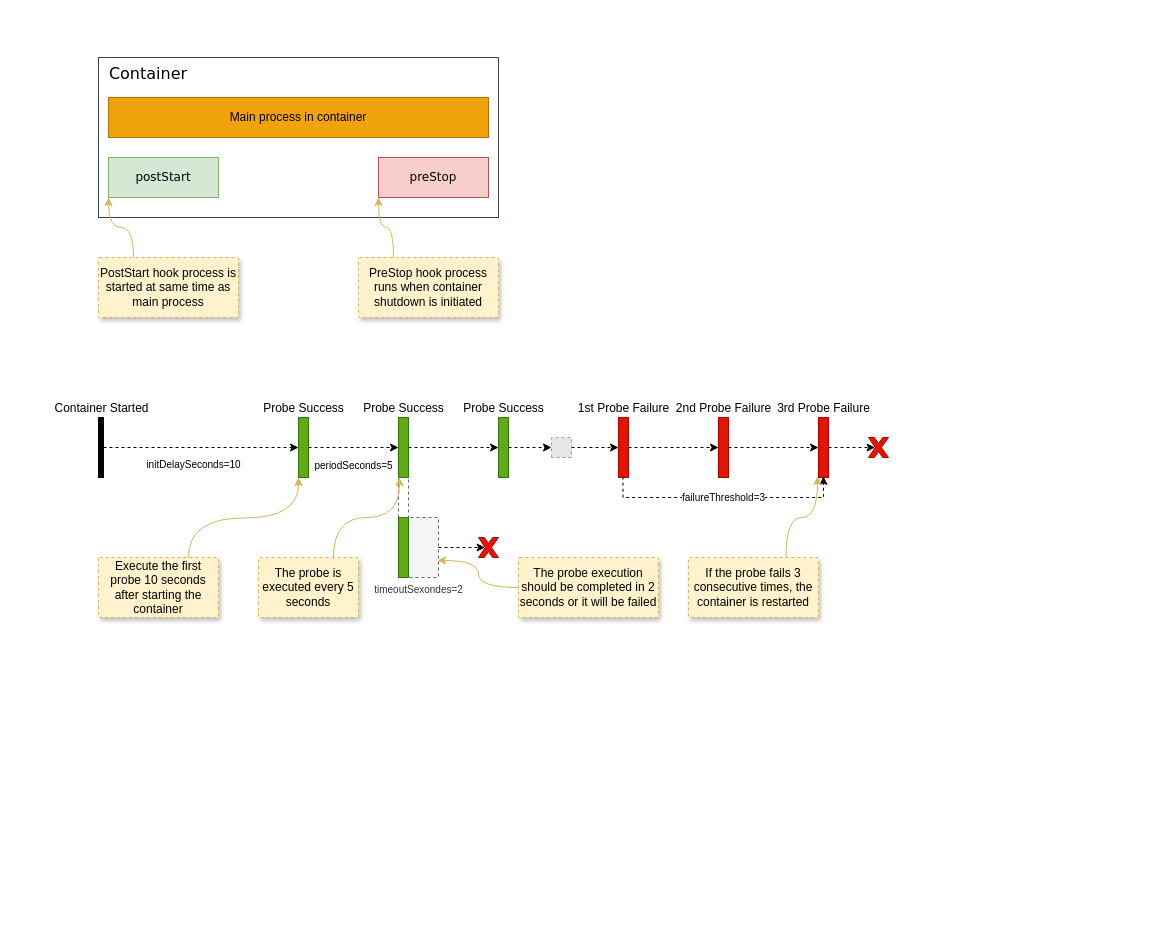
This is page "Container Lifecycle" (2 of 2) of st/k8s_common.drawio from gaivin/drawio, a draw.io file, before an edit. Source tidied: cells renumbered, new cells numbered last; positions are measured from the earlier drawing's top-left corner, leaving out a move shared by most shapes. Both pictures are drawn from the tidied source at 100%, with x=0, y=0 at pixel (98, 57). Pictures stored in the file or linked from it are replaced by grey dashed boxes.
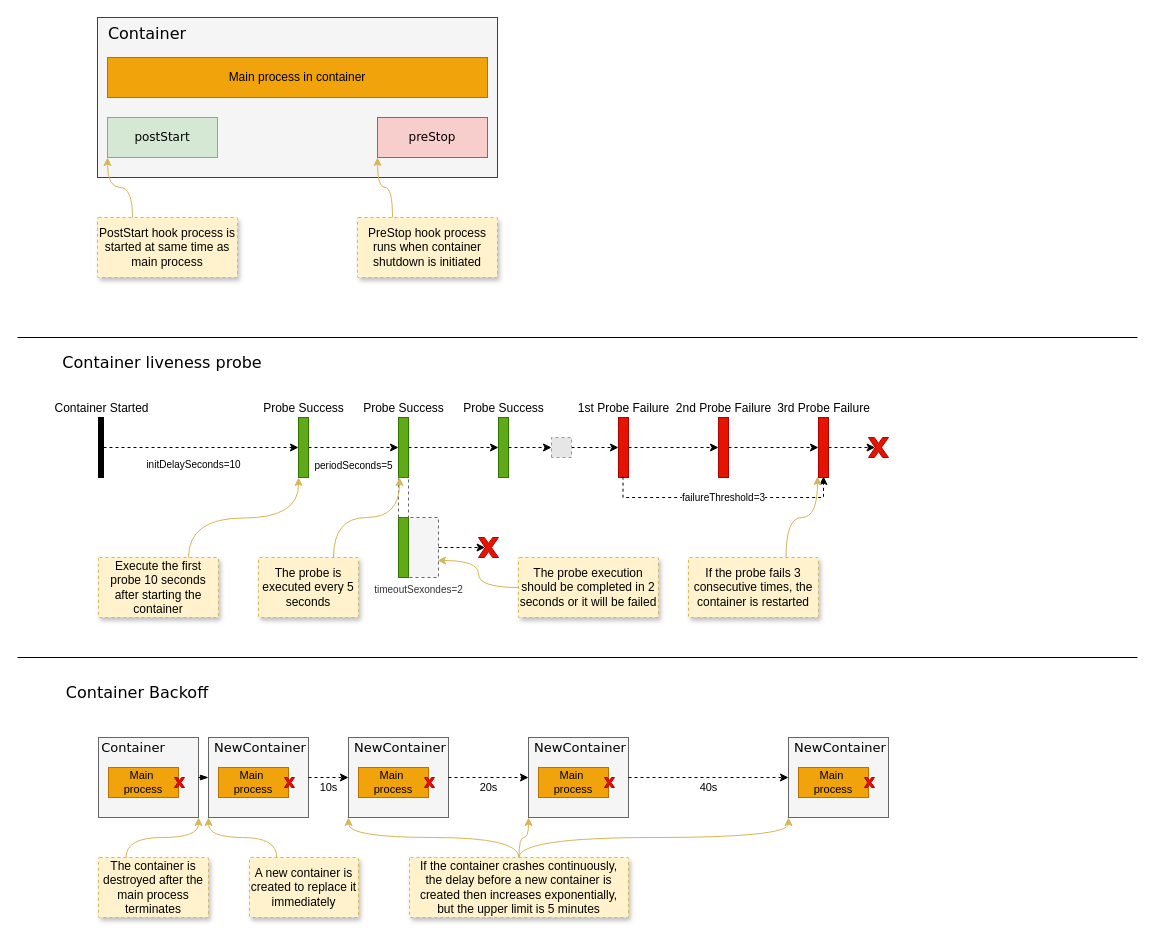
The same diagram, later.

Commit message:
Add container Backoff

Change to the diagram source:
```diff
@@
+    <mxCell id="44" style="group;fillColor=#f5f5f5;fontColor=#333333;strokeColor=#666666;" parent="1" vertex="1">
+      <mxGeometry x="-1" y="-40" width="400" height="160" as="geometry" />
+    </mxCell>
+    <mxCell id="3" style="rounded=0;whiteSpace=wrap;html=1;fillColor=none;fontSize=13;labelPosition=center;verticalLabelPosition=middle;align=center;verticalAlign=middle;fontColor=#ffffff;strokeColor=#314354;" parent="44" vertex="1">
+      <mxGeometry width="400" height="160" as="geometry" />
+    </mxCell>
+    <mxCell id="5" value="Container" style="text;html=1;align=center;verticalAlign=middle;whiteSpace=wrap;rounded=0;fontSize=16;fontFamily=Verdana;" parent="44" vertex="1">
+      <mxGeometry x="10" y="1" width="80" height="30" as="geometry" />
+    </mxCell>
@@
-    <mxCell id="3" style="rounded=0;whiteSpace=wrap;html=1;fillColor=none;fontSize=13;labelPosition=center;verticalLabelPosition=middle;align=center;verticalAlign=middle;fontColor=#ffffff;strokeColor=#314354;" parent="1" vertex="1">
-      <mxGeometry width="400" height="160" as="geometry" />
-    </mxCell>
     <mxCell id="4" value="Main process in container" style="rounded=0;whiteSpace=wrap;html=1;fillColor=#f0a30a;fontColor=#000000;strokeColor=#BD7000;" parent="1" vertex="1">
-      <mxGeometry x="10" y="40" width="380" height="40" as="geometry" />
+      <mxGeometry x="9" width="380" height="40" as="geometry" />
     </mxCell>
-    <mxCell id="5" value="Container" style="text;html=1;align=center;verticalAlign=middle;whiteSpace=wrap;rounded=0;fontSize=16;fontFamily=Verdana;" parent="1" vertex="1">
-      <mxGeometry x="10" y="1" width="80" height="30" as="geometry" />
-    </mxCell>
     <mxCell id="6" value="postStart" style="rounded=0;whiteSpace=wrap;html=1;fillColor=#d5e8d4;strokeColor=#82b366;fontFamily=Verdana;" parent="1" vertex="1">
-      <mxGeometry x="10" y="100" width="110" height="40" as="geometry" />
+      <mxGeometry x="9" y="60" width="110" height="40" as="geometry" />
     </mxCell>
     <mxCell id="7" value="preStop" style="rounded=0;whiteSpace=wrap;html=1;fillColor=#f8cecc;strokeColor=#b85450;fontFamily=Verdana;" parent="1" vertex="1">
-      <mxGeometry x="280" y="100" width="110" height="40" as="geometry" />
+      <mxGeometry x="279" y="60" width="110" height="40" as="geometry" />
     </mxCell>
@@
     <mxCell id="9" value="PostStart hook process is started at same time as main process" style="strokeColor=#d6b656;shadow=1;strokeWidth=1;rounded=1;absoluteArcSize=1;arcSize=2;fillColor=#fff2cc;dashed=1;whiteSpace=wrap;" parent="1" vertex="1">
-      <mxGeometry y="200" width="140" height="60" as="geometry" />
+      <mxGeometry x="-1" y="160" width="140" height="60" as="geometry" />
     </mxCell>
@@
     <mxCell id="11" value="PreStop hook process runs when container shutdown is initiated" style="strokeColor=#d6b656;shadow=1;strokeWidth=1;rounded=1;absoluteArcSize=1;arcSize=2;fillColor=#fff2cc;dashed=1;whiteSpace=wrap;" parent="1" vertex="1">
-      <mxGeometry x="260" y="200" width="140" height="60" as="geometry" />
+      <mxGeometry x="259" y="160" width="140" height="60" as="geometry" />
     </mxCell>
@@
+    <mxCell id="45" style="endArrow=none;html=1;rounded=0;" parent="1" edge="1">
+      <mxGeometry relative="1" as="geometry">
+        <mxPoint x="-81" y="280" as="sourcePoint" />
+        <mxPoint x="1039" y="280" as="targetPoint" />
+      </mxGeometry>
+    </mxCell>
+    <mxCell id="46" style="endArrow=none;html=1;rounded=0;" parent="1" edge="1">
+      <mxGeometry relative="1" as="geometry">
+        <mxPoint x="-81" y="600" as="sourcePoint" />
+        <mxPoint x="1039" y="600" as="targetPoint" />
+      </mxGeometry>
+    </mxCell>
+    <mxCell id="47" style="group;" parent="1" vertex="1">
+      <mxGeometry y="680" width="100" height="80" as="geometry" />
+    </mxCell>
+    <mxCell id="48" style="rounded=0;whiteSpace=wrap;html=1;fillColor=#f5f5f5;fontSize=13;labelPosition=center;verticalLabelPosition=middle;align=center;verticalAlign=middle;fontColor=#333333;strokeColor=#666666;" parent="47" vertex="1">
+      <mxGeometry width="100" height="80" as="geometry" />
+    </mxCell>
+    <mxCell id="49" value="Container" style="text;html=1;align=center;verticalAlign=middle;whiteSpace=wrap;rounded=0;fontSize=13;fontFamily=Verdana;" parent="47" vertex="1">
+      <mxGeometry x="2.5" y="0.5" width="64.2" height="19.5" as="geometry" />
+    </mxCell>
+    <mxCell id="50" value="Main&amp;nbsp;&lt;div style=&quot;font-size: 11px;&quot;&gt;process&lt;/div&gt;" style="rounded=0;whiteSpace=wrap;html=1;fillColor=#f0a30a;fontColor=#000000;strokeColor=#BD7000;fontSize=11;" parent="47" vertex="1">
+      <mxGeometry x="10" y="30" width="70" height="30" as="geometry" />
+    </mxCell>
+    <mxCell id="51" style="verticalLabelPosition=bottom;verticalAlign=top;html=1;shape=mxgraph.basic.x;fillColor=#e51400;fontColor=#ffffff;strokeColor=#B20000;" parent="47" vertex="1">
+      <mxGeometry x="76" y="40" width="10" height="10" as="geometry" />
+    </mxCell>
+    <mxCell id="52" style="group;" parent="1" vertex="1">
+      <mxGeometry x="110" y="680" width="100" height="80" as="geometry" />
+    </mxCell>
+    <mxCell id="53" style="rounded=0;whiteSpace=wrap;html=1;fillColor=#f5f5f5;fontSize=13;labelPosition=center;verticalLabelPosition=middle;align=center;verticalAlign=middle;fontColor=#333333;strokeColor=#666666;" parent="52" vertex="1">
+      <mxGeometry width="100" height="80" as="geometry" />
+    </mxCell>
+    <mxCell id="54" value="NewContainer" style="text;html=1;align=center;verticalAlign=middle;whiteSpace=wrap;rounded=0;fontSize=13;fontFamily=Verdana;" parent="52" vertex="1">
+      <mxGeometry x="2.5" y="0.5" width="97.5" height="19.5" as="geometry" />
+    </mxCell>
+    <mxCell id="55" value="Main&amp;nbsp;&lt;div style=&quot;font-size: 11px;&quot;&gt;process&lt;/div&gt;" style="rounded=0;whiteSpace=wrap;html=1;fillColor=#f0a30a;fontColor=#000000;strokeColor=#BD7000;fontSize=11;" parent="52" vertex="1">
+      <mxGeometry x="10" y="30" width="70" height="30" as="geometry" />
+    </mxCell>
+    <mxCell id="56" style="verticalLabelPosition=bottom;verticalAlign=top;html=1;shape=mxgraph.basic.x;fillColor=#e51400;fontColor=#ffffff;strokeColor=#B20000;" parent="52" vertex="1">
+      <mxGeometry x="76" y="40" width="10" height="10" as="geometry" />
+    </mxCell>
+    <mxCell id="57" style="group;" parent="1" vertex="1">
+      <mxGeometry x="250" y="680" width="100" height="80" as="geometry" />
+    </mxCell>
+    <mxCell id="58" style="rounded=0;whiteSpace=wrap;html=1;fillColor=#f5f5f5;fontSize=13;labelPosition=center;verticalLabelPosition=middle;align=center;verticalAlign=middle;fontColor=#333333;strokeColor=#666666;" parent="57" vertex="1">
+      <mxGeometry width="100" height="80" as="geometry" />
+    </mxCell>
+    <mxCell id="59" value="NewContainer" style="text;html=1;align=center;verticalAlign=middle;whiteSpace=wrap;rounded=0;fontSize=13;fontFamily=Verdana;" parent="57" vertex="1">
+      <mxGeometry x="2.5" y="0.5" width="97.5" height="19.5" as="geometry" />
+    </mxCell>
+    <mxCell id="60" value="Main&amp;nbsp;&lt;div style=&quot;font-size: 11px;&quot;&gt;process&lt;/div&gt;" style="rounded=0;whiteSpace=wrap;html=1;fillColor=#f0a30a;fontColor=#000000;strokeColor=#BD7000;fontSize=11;" parent="57" vertex="1">
+      <mxGeometry x="10" y="30" width="70" height="30" as="geometry" />
+    </mxCell>
+    <mxCell id="61" style="verticalLabelPosition=bottom;verticalAlign=top;html=1;shape=mxgraph.basic.x;fillColor=#e51400;fontColor=#ffffff;strokeColor=#B20000;" parent="57" vertex="1">
+      <mxGeometry x="76" y="40" width="10" height="10" as="geometry" />
+    </mxCell>
+    <mxCell id="62" style="edgeStyle=orthogonalEdgeStyle;rounded=0;jettySize=auto;html=1;exitX=1;exitY=0.5;exitDx=0;exitDy=0;entryX=0;entryY=0.5;entryDx=0;entryDy=0;fontSize=6;strokeWidth=1;endArrow=blockThin;endFill=1;dashed=1;" parent="1" edge="1" source="48" target="53">
+      <mxGeometry relative="1" as="geometry" />
+    </mxCell>
+    <mxCell id="63" value="10s" style="edgeStyle=orthogonalEdgeStyle;rounded=0;jettySize=auto;html=1;exitX=1;exitY=0.5;exitDx=0;exitDy=0;entryX=0;entryY=0.5;entryDx=0;entryDy=0;dashed=1;" parent="1" edge="1" source="53" target="58">
+      <mxGeometry y="-10" relative="1" as="geometry" />
+    </mxCell>
+    <mxCell id="64" style="group;" parent="1" vertex="1">
+      <mxGeometry x="430" y="680" width="100" height="80" as="geometry" />
+    </mxCell>
+    <mxCell id="65" style="rounded=0;whiteSpace=wrap;html=1;fillColor=#f5f5f5;fontSize=13;labelPosition=center;verticalLabelPosition=middle;align=center;verticalAlign=middle;fontColor=#333333;strokeColor=#666666;" parent="64" vertex="1">
+      <mxGeometry width="100" height="80" as="geometry" />
+    </mxCell>
+    <mxCell id="66" value="NewContainer" style="text;html=1;align=center;verticalAlign=middle;whiteSpace=wrap;rounded=0;fontSize=13;fontFamily=Verdana;" parent="64" vertex="1">
+      <mxGeometry x="2.5" y="0.5" width="97.5" height="19.5" as="geometry" />
+    </mxCell>
+    <mxCell id="67" value="Main&amp;nbsp;&lt;div style=&quot;font-size: 11px;&quot;&gt;process&lt;/div&gt;" style="rounded=0;whiteSpace=wrap;html=1;fillColor=#f0a30a;fontColor=#000000;strokeColor=#BD7000;fontSize=11;" parent="64" vertex="1">
+      <mxGeometry x="10" y="30" width="70" height="30" as="geometry" />
+    </mxCell>
+    <mxCell id="68" style="verticalLabelPosition=bottom;verticalAlign=top;html=1;shape=mxgraph.basic.x;fillColor=#e51400;fontColor=#ffffff;strokeColor=#B20000;" parent="64" vertex="1">
+      <mxGeometry x="76" y="40" width="10" height="10" as="geometry" />
+    </mxCell>
+    <mxCell id="69" style="group;" parent="1" vertex="1">
+      <mxGeometry x="690" y="680" width="100" height="80" as="geometry" />
+    </mxCell>
+    <mxCell id="70" style="rounded=0;whiteSpace=wrap;html=1;fillColor=#f5f5f5;fontSize=13;labelPosition=center;verticalLabelPosition=middle;align=center;verticalAlign=middle;fontColor=#333333;strokeColor=#666666;" parent="69" vertex="1">
+      <mxGeometry width="100" height="80" as="geometry" />
+    </mxCell>
+    <mxCell id="71" value="NewContainer" style="text;html=1;align=center;verticalAlign=middle;whiteSpace=wrap;rounded=0;fontSize=13;fontFamily=Verdana;" parent="69" vertex="1">
+      <mxGeometry x="2.5" y="0.5" width="97.5" height="19.5" as="geometry" />
+    </mxCell>
+    <mxCell id="72" value="Main&amp;nbsp;&lt;div style=&quot;font-size: 11px;&quot;&gt;process&lt;/div&gt;" style="rounded=0;whiteSpace=wrap;html=1;fillColor=#f0a30a;fontColor=#000000;strokeColor=#BD7000;fontSize=11;" parent="69" vertex="1">
+      <mxGeometry x="10" y="30" width="70" height="30" as="geometry" />
+    </mxCell>
+    <mxCell id="73" style="verticalLabelPosition=bottom;verticalAlign=top;html=1;shape=mxgraph.basic.x;fillColor=#e51400;fontColor=#ffffff;strokeColor=#B20000;" parent="69" vertex="1">
+      <mxGeometry x="76" y="40" width="10" height="10" as="geometry" />
+    </mxCell>
+    <mxCell id="74" value="20s" style="edgeStyle=orthogonalEdgeStyle;rounded=0;jettySize=auto;html=1;exitX=1;exitY=0.5;exitDx=0;exitDy=0;entryX=0;entryY=0.5;entryDx=0;entryDy=0;dashed=1;" parent="1" edge="1" source="58" target="65">
+      <mxGeometry y="-10" relative="1" as="geometry" />
+    </mxCell>
+    <mxCell id="75" value="40s" style="edgeStyle=orthogonalEdgeStyle;rounded=0;jettySize=auto;html=1;exitX=1;exitY=0.5;exitDx=0;exitDy=0;entryX=0;entryY=0.5;entryDx=0;entryDy=0;dashed=1;" parent="1" edge="1" source="65" target="70">
+      <mxGeometry y="-10" relative="1" as="geometry" />
+    </mxCell>
+    <mxCell id="76" style="edgeStyle=orthogonalEdgeStyle;rounded=0;jettySize=auto;html=1;exitX=0.25;exitY=0;exitDx=0;exitDy=0;entryX=1;entryY=1;entryDx=0;entryDy=0;curved=1;fillColor=#fff2cc;strokeColor=#d6b656;" parent="1" edge="1" source="77" target="48">
+      <mxGeometry relative="1" as="geometry" />
+    </mxCell>
+    <mxCell id="77" value="The container is destroyed after the main process terminates" style="strokeColor=#d6b656;shadow=1;strokeWidth=1;rounded=1;absoluteArcSize=1;arcSize=2;fillColor=#fff2cc;dashed=1;whiteSpace=wrap;" parent="1" vertex="1">
+      <mxGeometry y="800" width="110" height="60" as="geometry" />
+    </mxCell>
+    <mxCell id="78" style="edgeStyle=orthogonalEdgeStyle;rounded=0;jettySize=auto;html=1;exitX=0.25;exitY=0;exitDx=0;exitDy=0;entryX=0;entryY=1;entryDx=0;entryDy=0;curved=1;fillColor=#fff2cc;strokeColor=#d6b656;" parent="1" edge="1" source="79" target="53">
+      <mxGeometry relative="1" as="geometry" />
+    </mxCell>
+    <mxCell id="79" value="A new container is created to replace it immediately" style="strokeColor=#d6b656;shadow=1;strokeWidth=1;rounded=1;absoluteArcSize=1;arcSize=2;fillColor=#fff2cc;dashed=1;whiteSpace=wrap;" parent="1" vertex="1">
+      <mxGeometry x="151" y="800" width="109" height="60" as="geometry" />
+    </mxCell>
+    <mxCell id="80" style="edgeStyle=orthogonalEdgeStyle;rounded=0;jettySize=auto;html=1;exitX=0.5;exitY=0;exitDx=0;exitDy=0;entryX=0;entryY=1;entryDx=0;entryDy=0;fillColor=#fff2cc;strokeColor=#d6b656;curved=1;" parent="1" edge="1" source="83" target="58">
+      <mxGeometry relative="1" as="geometry" />
+    </mxCell>
+    <mxCell id="81" style="edgeStyle=orthogonalEdgeStyle;rounded=0;jettySize=auto;html=1;exitX=0.5;exitY=0;exitDx=0;exitDy=0;entryX=0;entryY=1;entryDx=0;entryDy=0;curved=1;fillColor=#fff2cc;strokeColor=#d6b656;" parent="1" edge="1" source="83" target="65">
+      <mxGeometry relative="1" as="geometry" />
+    </mxCell>
+    <mxCell id="82" style="edgeStyle=orthogonalEdgeStyle;rounded=0;jettySize=auto;html=1;exitX=0.5;exitY=0;exitDx=0;exitDy=0;entryX=0;entryY=1;entryDx=0;entryDy=0;curved=1;fillColor=#fff2cc;strokeColor=#d6b656;" parent="1" edge="1" source="83" target="70">
+      <mxGeometry relative="1" as="geometry" />
+    </mxCell>
+    <mxCell id="83" value="If the container crashes continuously, the delay before a new container is created then increases exponentially, but the upper limit is 5 minutes" style="strokeColor=#d6b656;shadow=1;strokeWidth=1;rounded=1;absoluteArcSize=1;arcSize=2;fillColor=#fff2cc;dashed=1;whiteSpace=wrap;" parent="1" vertex="1">
+      <mxGeometry x="311" y="800" width="219" height="60" as="geometry" />
+    </mxCell>
+    <mxCell id="84" value="Container Backoff" style="text;html=1;align=center;verticalAlign=middle;whiteSpace=wrap;rounded=0;fontSize=16;fontFamily=Verdana;" parent="1" vertex="1">
+      <mxGeometry x="-41" y="620" width="160" height="30" as="geometry" />
+    </mxCell>
+    <mxCell id="85" value="Container liveness probe" style="text;html=1;align=center;verticalAlign=middle;whiteSpace=wrap;rounded=0;fontSize=16;fontFamily=Verdana;" parent="1" vertex="1">
+      <mxGeometry x="-61" y="290" width="250" height="30" as="geometry" />
+    </mxCell>
```
